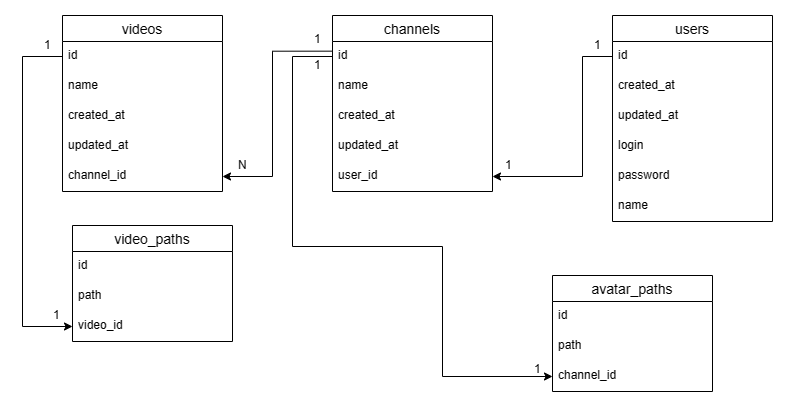
Above: assets/database_schema.png in Rus203/Gallery (draw.io), before the change. Source tidied: cells renumbered, new cells last; positions are measured from the earlier drawing's top-left corner, leaving out a move shared by most shapes.
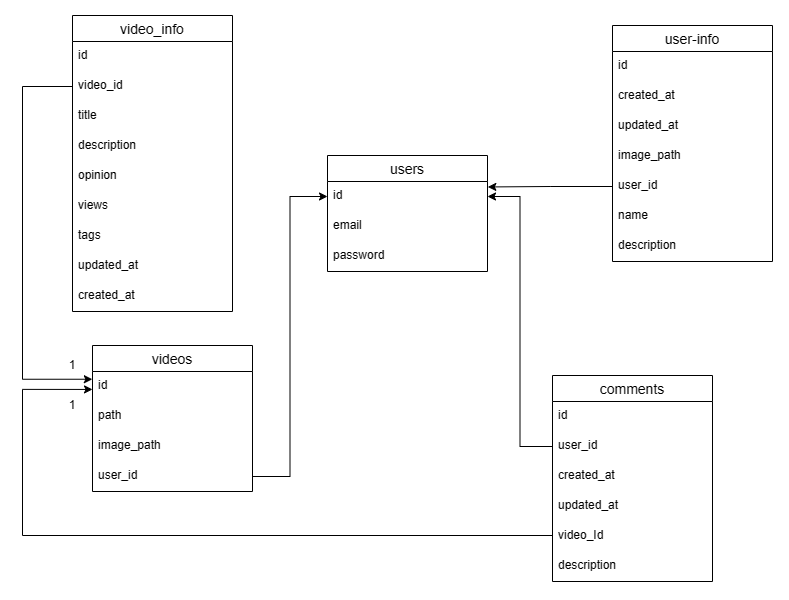
After the commit.

The edit, as a diff of the source:
```diff
@@ -3,30 +3,27 @@
     <mxCell id="0" />
     <mxCell id="1" parent="0" />
     <mxCell id="2" value="videos" style="swimlane;fontStyle=0;horizontal=1;startSize=26;align=center;fontSize=14;shadow=0;strokeColor=default;fillColor=none;" parent="1" vertex="1">
-      <mxGeometry x="40" width="160" height="176" as="geometry" />
+      <mxGeometry x="70" y="300" width="160" height="146" as="geometry" />
     </mxCell>
     <mxCell id="3" value="id" style="text;strokeColor=none;fillColor=none;spacingLeft=4;spacingRight=4;overflow=hidden;points=[[0,0.5],[1,0.5]];portConstraint=eastwest;fontSize=12;" parent="2" vertex="1">
       <mxGeometry y="26" width="160" height="30" as="geometry" />
     </mxCell>
-    <mxCell id="4" value="name" style="text;strokeColor=none;fillColor=none;spacingLeft=4;spacingRight=4;overflow=hidden;fontSize=12;" parent="2" vertex="1">
+    <mxCell id="4" value="path" style="text;strokeColor=none;fillColor=none;spacingLeft=4;spacingRight=4;overflow=hidden;fontSize=12;" parent="2" vertex="1">
       <mxGeometry y="56" width="160" height="30" as="geometry" />
     </mxCell>
-    <mxCell id="5" value="created_at" style="text;strokeColor=none;fillColor=none;spacingLeft=4;spacingRight=4;overflow=hidden;fontSize=12;" parent="2" vertex="1">
+    <mxCell id="5" value="image_path" style="text;strokeColor=none;fillColor=none;spacingLeft=4;spacingRight=4;overflow=hidden;fontSize=12;" parent="2" vertex="1">
       <mxGeometry y="86" width="160" height="30" as="geometry" />
     </mxCell>
-    <mxCell id="6" value="updated_at" style="text;strokeColor=none;fillColor=none;spacingLeft=4;spacingRight=4;overflow=hidden;points=[[0,0.5],[1,0.5]];portConstraint=eastwest;fontSize=12;" parent="2" vertex="1">
+    <mxCell id="6" value="user_id" style="text;strokeColor=none;fillColor=none;spacingLeft=4;spacingRight=4;overflow=hidden;points=[[0,0.5],[1,0.5]];portConstraint=eastwest;fontSize=12;" parent="2" vertex="1">
       <mxGeometry y="116" width="160" height="30" as="geometry" />
     </mxCell>
-    <mxCell id="7" value="channel_id" style="text;strokeColor=none;fillColor=none;spacingLeft=4;spacingRight=4;overflow=hidden;points=[[0,0.5],[1,0.5]];portConstraint=eastwest;fontSize=12;" parent="2" vertex="1">
-      <mxGeometry y="146" width="160" height="30" as="geometry" />
-    </mxCell>
-    <mxCell id="8" value="channels" style="swimlane;fontStyle=0;horizontal=1;startSize=26;align=center;fontSize=14;shadow=0;strokeColor=default;fillColor=none;" parent="1" vertex="1">
-      <mxGeometry x="310" width="160" height="176" as="geometry" />
+    <mxCell id="8" value="comments" style="swimlane;fontStyle=0;horizontal=1;startSize=26;align=center;fontSize=14;shadow=0;strokeColor=default;fillColor=none;" parent="1" vertex="1">
+      <mxGeometry x="530" y="330" width="160" height="206" as="geometry" />
     </mxCell>
     <mxCell id="9" value="id" style="text;strokeColor=none;fillColor=none;spacingLeft=4;spacingRight=4;overflow=hidden;points=[[0,0.5],[1,0.5]];portConstraint=eastwest;fontSize=12;" parent="8" vertex="1">
       <mxGeometry y="26" width="160" height="30" as="geometry" />
     </mxCell>
-    <mxCell id="10" value="name" style="text;strokeColor=none;fillColor=none;spacingLeft=4;spacingRight=4;overflow=hidden;points=[[0,0.5],[1,0.5]];portConstraint=eastwest;fontSize=12;" parent="8" vertex="1">
+    <mxCell id="10" value="user_id" style="text;strokeColor=none;fillColor=none;spacingLeft=4;spacingRight=4;overflow=hidden;points=[[0,0.5],[1,0.5]];portConstraint=eastwest;fontSize=12;" parent="8" vertex="1">
       <mxGeometry y="56" width="160" height="30" as="geometry" />
     </mxCell>
     <mxCell id="11" value="created_at" style="text;strokeColor=none;fillColor=none;spacingLeft=4;spacingRight=4;overflow=hidden;fontSize=12;" parent="8" vertex="1">
@@ -35,11 +32,14 @@
     <mxCell id="12" value="updated_at" style="text;strokeColor=none;fillColor=none;spacingLeft=4;spacingRight=4;overflow=hidden;fontSize=12;" parent="8" vertex="1">
       <mxGeometry y="116" width="160" height="30" as="geometry" />
     </mxCell>
-    <mxCell id="13" value="user_id" style="text;strokeColor=none;fillColor=none;spacingLeft=4;spacingRight=4;overflow=hidden;points=[[0,0.5],[1,0.5]];portConstraint=eastwest;fontSize=12;" parent="8" vertex="1">
+    <mxCell id="13" value="video_Id" style="text;strokeColor=none;fillColor=none;spacingLeft=4;spacingRight=4;overflow=hidden;points=[[0,0.5],[1,0.5]];portConstraint=eastwest;fontSize=12;" parent="8" vertex="1">
       <mxGeometry y="146" width="160" height="30" as="geometry" />
     </mxCell>
+    <mxCell id="41" value="description" style="text;strokeColor=none;fillColor=none;spacingLeft=4;spacingRight=4;overflow=hidden;fontSize=12;" parent="8" vertex="1">
+      <mxGeometry y="176" width="160" height="30" as="geometry" />
+    </mxCell>
-    <mxCell id="14" value="users" style="swimlane;fontStyle=0;horizontal=1;startSize=26;align=center;fontSize=14;shadow=0;strokeColor=default;fillColor=none;" parent="1" vertex="1">
-      <mxGeometry x="590" width="160" height="206" as="geometry" />
+    <mxCell id="14" value="user-info" style="swimlane;fontStyle=0;horizontal=1;startSize=26;align=center;fontSize=14;shadow=0;strokeColor=default;fillColor=none;" parent="1" vertex="1">
+      <mxGeometry x="590" y="-20" width="160" height="236" as="geometry" />
     </mxCell>
     <mxCell id="15" value="id" style="text;strokeColor=none;fillColor=none;spacingLeft=4;spacingRight=4;overflow=hidden;points=[[0,0.5],[1,0.5]];portConstraint=eastwest;fontSize=12;" parent="14" vertex="1">
       <mxGeometry y="26" width="160" height="30" as="geometry" />
@@ -50,96 +50,91 @@
     <mxCell id="17" value="updated_at" style="text;strokeColor=none;fillColor=none;spacingLeft=4;spacingRight=4;overflow=hidden;fontSize=12;" parent="14" vertex="1">
       <mxGeometry y="86" width="160" height="30" as="geometry" />
     </mxCell>
-    <mxCell id="18" value="login" style="text;strokeColor=none;fillColor=none;spacingLeft=4;spacingRight=4;overflow=hidden;fontSize=12;" parent="14" vertex="1">
+    <mxCell id="18" value="image_path" style="text;strokeColor=none;fillColor=none;spacingLeft=4;spacingRight=4;overflow=hidden;fontSize=12;" parent="14" vertex="1">
       <mxGeometry y="116" width="160" height="30" as="geometry" />
     </mxCell>
-    <mxCell id="19" value="password" style="text;strokeColor=none;fillColor=none;spacingLeft=4;spacingRight=4;overflow=hidden;points=[[0,0.5],[1,0.5]];portConstraint=eastwest;fontSize=12;" parent="14" vertex="1">
+    <mxCell id="19" value="user_id" style="text;strokeColor=none;fillColor=none;spacingLeft=4;spacingRight=4;overflow=hidden;points=[[0,0.5],[1,0.5]];portConstraint=eastwest;fontSize=12;" parent="14" vertex="1">
       <mxGeometry y="146" width="160" height="30" as="geometry" />
     </mxCell>
     <mxCell id="20" value="name" style="text;strokeColor=none;fillColor=none;spacingLeft=4;spacingRight=4;overflow=hidden;fontSize=12;" parent="14" vertex="1">
       <mxGeometry y="176" width="160" height="30" as="geometry" />
     </mxCell>
+    <mxCell id="42" value="description" style="text;strokeColor=none;fillColor=none;spacingLeft=4;spacingRight=4;overflow=hidden;fontSize=12;" parent="14" vertex="1">
+      <mxGeometry y="206" width="160" height="30" as="geometry" />
+    </mxCell>
-    <mxCell id="21" value="avatar_paths" style="swimlane;fontStyle=0;horizontal=1;startSize=26;align=center;fontSize=14;shadow=0;strokeColor=default;fillColor=none;" parent="1" vertex="1">
-      <mxGeometry x="530" y="260" width="160" height="116" as="geometry" />
+    <mxCell id="21" value="users" style="swimlane;fontStyle=0;horizontal=1;startSize=26;align=center;fontSize=14;shadow=0;strokeColor=default;fillColor=none;" parent="1" vertex="1">
+      <mxGeometry x="305" y="110" width="160" height="116" as="geometry" />
     </mxCell>
     <mxCell id="22" value="id" style="text;strokeColor=none;fillColor=none;spacingLeft=4;spacingRight=4;overflow=hidden;points=[[0,0.5],[1,0.5]];portConstraint=eastwest;fontSize=12;" parent="21" vertex="1">
       <mxGeometry y="26" width="160" height="30" as="geometry" />
     </mxCell>
-    <mxCell id="23" value="path" style="text;strokeColor=none;fillColor=none;spacingLeft=4;spacingRight=4;overflow=hidden;fontSize=12;" parent="21" vertex="1">
+    <mxCell id="23" value="email" style="text;strokeColor=none;fillColor=none;spacingLeft=4;spacingRight=4;overflow=hidden;fontSize=12;" parent="21" vertex="1">
       <mxGeometry y="56" width="160" height="30" as="geometry" />
     </mxCell>
-    <mxCell id="24" value="channel_id" style="text;strokeColor=none;fillColor=none;spacingLeft=4;spacingRight=4;overflow=hidden;points=[[0,0.5],[1,0.5]];portConstraint=eastwest;fontSize=12;" parent="21" vertex="1">
+    <mxCell id="24" value="password" style="text;strokeColor=none;fillColor=none;spacingLeft=4;spacingRight=4;overflow=hidden;points=[[0,0.5],[1,0.5]];portConstraint=eastwest;fontSize=12;" parent="21" vertex="1">
       <mxGeometry y="86" width="160" height="30" as="geometry" />
     </mxCell>
-    <mxCell id="25" value="video_paths" style="swimlane;fontStyle=0;horizontal=1;startSize=26;align=center;fontSize=14;shadow=0;strokeColor=default;fillColor=none;" parent="1" vertex="1">
-      <mxGeometry x="50" y="210" width="160" height="116" as="geometry" />
+    <mxCell id="25" value="video_info" style="swimlane;fontStyle=0;horizontal=1;startSize=26;align=center;fontSize=14;shadow=0;strokeColor=default;fillColor=none;" parent="1" vertex="1">
+      <mxGeometry x="50" y="-30" width="160" height="296" as="geometry" />
     </mxCell>
     <mxCell id="26" value="id" style="text;strokeColor=none;fillColor=none;spacingLeft=4;spacingRight=4;overflow=hidden;fontSize=12;" parent="25" vertex="1">
       <mxGeometry y="26" width="160" height="30" as="geometry" />
     </mxCell>
-    <mxCell id="27" value="path" style="text;strokeColor=none;fillColor=none;spacingLeft=4;spacingRight=4;overflow=hidden;points=[[0,0.5],[1,0.5]];portConstraint=eastwest;fontSize=12;" parent="25" vertex="1">
+    <mxCell id="27" value="video_id" style="text;strokeColor=none;fillColor=none;spacingLeft=4;spacingRight=4;overflow=hidden;points=[[0,0.5],[1,0.5]];portConstraint=eastwest;fontSize=12;" parent="25" vertex="1">
       <mxGeometry y="56" width="160" height="30" as="geometry" />
     </mxCell>
-    <mxCell id="28" value="video_id" style="text;strokeColor=none;fillColor=none;spacingLeft=4;spacingRight=4;overflow=hidden;points=[[0,0.5],[1,0.5]];portConstraint=eastwest;fontSize=12;" parent="25" vertex="1">
+    <mxCell id="28" value="title" style="text;strokeColor=none;fillColor=none;spacingLeft=4;spacingRight=4;overflow=hidden;points=[[0,0.5],[1,0.5]];portConstraint=eastwest;fontSize=12;" parent="25" vertex="1">
       <mxGeometry y="86" width="160" height="30" as="geometry" />
     </mxCell>
-    <mxCell id="29" style="edgeStyle=orthogonalEdgeStyle;rounded=0;jettySize=auto;html=1;entryX=0;entryY=0.5;entryDx=0;entryDy=0;" parent="1" edge="1" source="3" target="28">
-      <mxGeometry relative="1" as="geometry">
-        <Array as="points">
-          <mxPoint y="41" />
-          <mxPoint y="311" />
-        </Array>
-      </mxGeometry>
-    </mxCell>
-    <mxCell id="30" style="edgeStyle=orthogonalEdgeStyle;rounded=0;jettySize=auto;html=1;entryX=1;entryY=0.5;entryDx=0;entryDy=0;exitX=0.001;exitY=0.322;exitDx=0;exitDy=0;exitPerimeter=0;" parent="1" edge="1" source="9" target="7">
-      <mxGeometry relative="1" as="geometry">
-        <Array as="points">
-          <mxPoint x="250" y="36" />
-          <mxPoint x="250" y="161" />
-        </Array>
-      </mxGeometry>
-    </mxCell>
-    <mxCell id="31" style="edgeStyle=orthogonalEdgeStyle;rounded=0;jettySize=auto;html=1;entryX=0;entryY=0.5;entryDx=0;entryDy=0;exitX=0;exitY=0.5;exitDx=0;exitDy=0;" parent="1" edge="1" source="9" target="24">
-      <mxGeometry relative="1" as="geometry">
-        <Array as="points">
-          <mxPoint x="270" y="41" />
-          <mxPoint x="270" y="231" />
-          <mxPoint x="420" y="231" />
-          <mxPoint x="420" y="361" />
-        </Array>
-      </mxGeometry>
-    </mxCell>
-    <mxCell id="32" style="edgeStyle=orthogonalEdgeStyle;rounded=0;jettySize=auto;html=1;entryX=1;entryY=0.5;entryDx=0;entryDy=0;" parent="1" edge="1" source="15" target="13">
-      <mxGeometry relative="1" as="geometry">
-        <Array as="points">
-          <mxPoint x="560" y="41" />
-          <mxPoint x="560" y="161" />
-        </Array>
-      </mxGeometry>
-    </mxCell>
-    <mxCell id="33" value="1" style="text;strokeColor=none;fillColor=none;spacingLeft=4;spacingRight=4;overflow=hidden;fontSize=12;" parent="1" vertex="1">
-      <mxGeometry x="566" y="16" width="20" height="30" as="geometry" />
-    </mxCell>
-    <mxCell id="34" value="1" style="text;strokeColor=none;fillColor=none;spacingLeft=4;spacingRight=4;overflow=hidden;fontSize=12;" parent="1" vertex="1">
-      <mxGeometry x="477" y="136" width="20" height="30" as="geometry" />
-    </mxCell>
-    <mxCell id="35" value="1" style="text;strokeColor=none;fillColor=none;spacingLeft=4;spacingRight=4;overflow=hidden;fontSize=12;" parent="1" vertex="1">
-      <mxGeometry x="286" y="10" width="20" height="30" as="geometry" />
-    </mxCell>
-    <mxCell id="36" value="1" style="text;strokeColor=none;fillColor=none;spacingLeft=4;spacingRight=4;overflow=hidden;fontSize=12;" parent="1" vertex="1">
-      <mxGeometry x="286" y="36" width="20" height="30" as="geometry" />
-    </mxCell>
-    <mxCell id="37" value="1" style="text;strokeColor=none;fillColor=none;spacingLeft=4;spacingRight=4;overflow=hidden;fontSize=12;" parent="1" vertex="1">
-      <mxGeometry x="506" y="340" width="20" height="30" as="geometry" />
-    </mxCell>
-    <mxCell id="38" value="1" style="text;strokeColor=none;fillColor=none;spacingLeft=4;spacingRight=4;overflow=hidden;fontSize=12;" parent="1" vertex="1">
-      <mxGeometry x="25" y="286" width="20" height="30" as="geometry" />
-    </mxCell>
-    <mxCell id="39" value="1" style="text;strokeColor=none;fillColor=none;spacingLeft=4;spacingRight=4;overflow=hidden;fontSize=12;" parent="1" vertex="1">
-      <mxGeometry x="16" y="16" width="20" height="30" as="geometry" />
-    </mxCell>
-    <mxCell id="40" value="N" style="text;strokeColor=none;fillColor=none;spacingLeft=4;spacingRight=4;overflow=hidden;fontSize=12;" parent="1" vertex="1">
-      <mxGeometry x="210" y="136" width="20" height="30" as="geometry" />
-    </mxCell>
+    <mxCell id="43" value="description" style="text;strokeColor=none;fillColor=none;spacingLeft=4;spacingRight=4;overflow=hidden;fontSize=12;" parent="25" vertex="1">
+      <mxGeometry y="116" width="160" height="30" as="geometry" />
+    </mxCell>
+    <mxCell id="44" value="opinion" style="text;strokeColor=none;fillColor=none;spacingLeft=4;spacingRight=4;overflow=hidden;fontSize=12;" parent="25" vertex="1">
+      <mxGeometry y="146" width="160" height="30" as="geometry" />
+    </mxCell>
+    <mxCell id="45" value="views" style="text;strokeColor=none;fillColor=none;spacingLeft=4;spacingRight=4;overflow=hidden;fontSize=12;" parent="25" vertex="1">
+      <mxGeometry y="176" width="160" height="30" as="geometry" />
+    </mxCell>
+    <mxCell id="46" value="tags" style="text;strokeColor=none;fillColor=none;spacingLeft=4;spacingRight=4;overflow=hidden;fontSize=12;" parent="25" vertex="1">
+      <mxGeometry y="206" width="160" height="30" as="geometry" />
+    </mxCell>
+    <mxCell id="47" value="updated_at" style="text;strokeColor=none;fillColor=none;spacingLeft=4;spacingRight=4;overflow=hidden;fontSize=12;" parent="25" vertex="1">
+      <mxGeometry y="236" width="160" height="30" as="geometry" />
+    </mxCell>
+    <mxCell id="48" value="created_at" style="text;strokeColor=none;fillColor=none;spacingLeft=4;spacingRight=4;overflow=hidden;fontSize=12;" parent="25" vertex="1">
+      <mxGeometry y="266" width="160" height="30" as="geometry" />
+    </mxCell>
+    <mxCell id="49" style="edgeStyle=orthogonalEdgeStyle;rounded=0;jettySize=auto;html=1;entryX=1;entryY=0.5;entryDx=0;entryDy=0;exitX=0;exitY=0.5;exitDx=0;exitDy=0;" parent="1" edge="1" source="10" target="22">
+      <mxGeometry relative="1" as="geometry" />
+    </mxCell>
+    <mxCell id="50" style="edgeStyle=orthogonalEdgeStyle;rounded=0;jettySize=auto;html=1;entryX=1.002;entryY=0.182;entryDx=0;entryDy=0;entryPerimeter=0;" parent="1" edge="1" source="19" target="22">
+      <mxGeometry relative="1" as="geometry" />
+    </mxCell>
+    <mxCell id="51" style="edgeStyle=orthogonalEdgeStyle;rounded=0;jettySize=auto;html=1;exitX=0;exitY=0.598;exitDx=0;exitDy=0;exitPerimeter=0;startArrow=classic;startFill=1;endArrow=none;endFill=0;" parent="1" edge="1" source="3">
+      <mxGeometry relative="1" as="geometry">
+        <mxPoint x="530" y="490" as="targetPoint" />
+        <Array as="points">
+          <mxPoint y="344" />
+          <mxPoint y="490" />
+        </Array>
+      </mxGeometry>
+    </mxCell>
+    <mxCell id="52" style="edgeStyle=orthogonalEdgeStyle;rounded=0;jettySize=auto;html=1;entryX=1;entryY=0.5;entryDx=0;entryDy=0;startArrow=classic;startFill=1;endArrow=none;endFill=0;" parent="1" edge="1" source="22" target="6">
+      <mxGeometry relative="1" as="geometry" />
+    </mxCell>
+    <mxCell id="53" style="edgeStyle=orthogonalEdgeStyle;rounded=0;jettySize=auto;html=1;entryX=0;entryY=0.5;entryDx=0;entryDy=0;exitX=-0.001;exitY=0.258;exitDx=0;exitDy=0;exitPerimeter=0;startArrow=classic;startFill=1;endArrow=none;endFill=0;" parent="1" edge="1" source="3" target="27">
+      <mxGeometry relative="1" as="geometry">
+        <Array as="points">
+          <mxPoint y="334" />
+          <mxPoint y="41" />
+        </Array>
+      </mxGeometry>
+    </mxCell>
+    <mxCell id="54" value="1" style="text;html=1;strokeColor=none;fillColor=none;align=center;verticalAlign=middle;whiteSpace=wrap;rounded=0;" parent="1" vertex="1">
+      <mxGeometry x="40" y="310" width="20" height="20" as="geometry" />
+    </mxCell>
+    <mxCell id="55" value="1" style="text;html=1;strokeColor=none;fillColor=none;align=center;verticalAlign=middle;whiteSpace=wrap;rounded=0;" parent="1" vertex="1">
+      <mxGeometry x="40" y="350" width="20" height="20" as="geometry" />
+    </mxCell>
   </root>
 </mxGraphModel>
```
